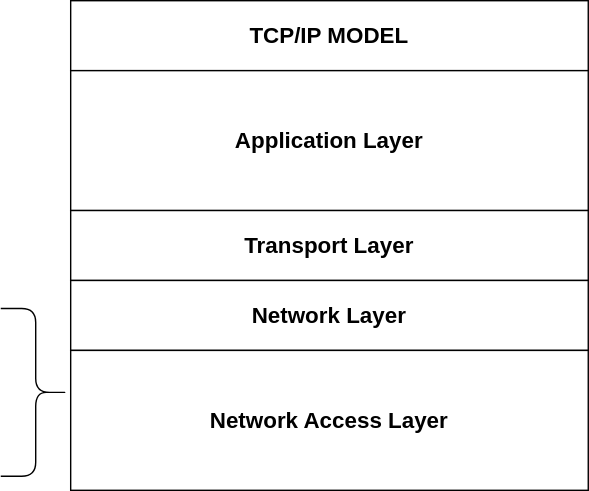
The draw.io diagram TCP/IP Model.drawio.svg in chloe-valentine/network-diagrams, before a commit. Source tidied: cells renumbered, new cells last; positions are measured from the earlier drawing's top-left corner, leaving out a move shared by most shapes.
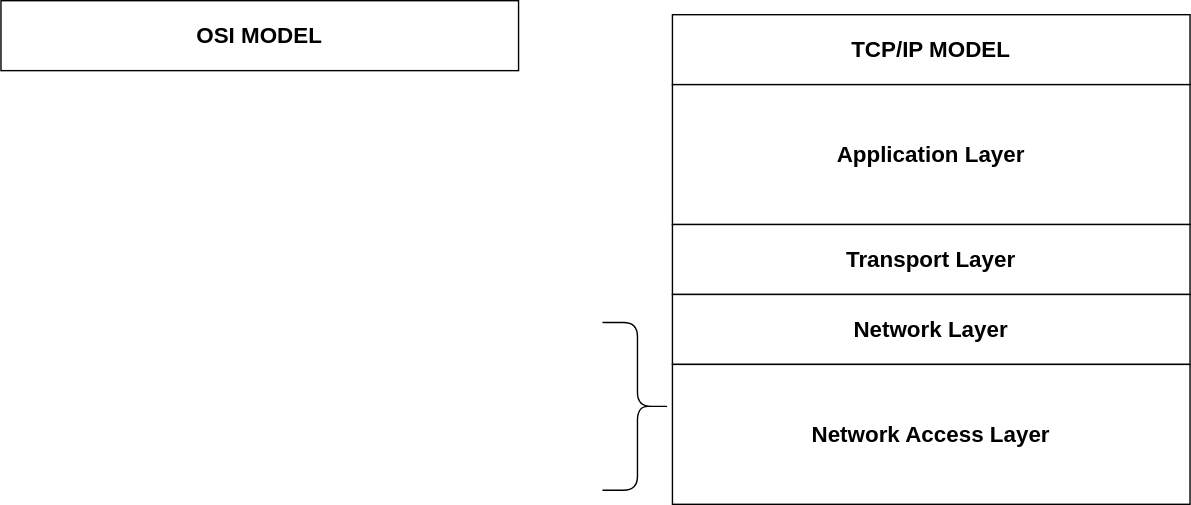
The same file after the commit.

Diff of the diagram source:
```diff
@@ -20,5 +20,8 @@
     <mxCell id="7" style="shape=curlyBracket;whiteSpace=wrap;html=1;rounded=1;flipH=1;labelPosition=right;verticalLabelPosition=middle;align=left;verticalAlign=middle;" parent="1" vertex="1">
       <mxGeometry y="220" width="50" height="120" as="geometry" />
     </mxCell>
+    <mxCell id="8" value="&lt;span style=&quot;font-size: 16px;&quot;&gt;&lt;b&gt;OSI MODEL&lt;/b&gt;&lt;/span&gt;" style="rounded=0;whiteSpace=wrap;html=1;" parent="1" vertex="1">
+      <mxGeometry x="-430" y="-10" width="370" height="50" as="geometry" />
+    </mxCell>
   </root>
 </mxGraphModel>
```
